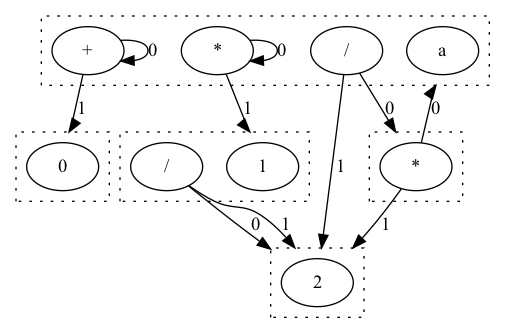
Above: egraph.png in alt-romes/hegg (Graphviz), before the change. Its source is kept beside it as egraph.gv. The source it was exported from:
```dot
digraph egraph {
    graph [compound=true
          ,clusterrank=local];
    subgraph cluster_0 {
        graph [style=dotted];
        0.0 [label=a];
        0.1 [label="+"];
        0.2 [label="*"];
        0.3 [label="/"];
    }
    subgraph cluster_1 {
        graph [style=dotted];
        1.0 [label=2];
    }
    subgraph cluster_2 {
        graph [style=dotted];
        2.0 [label="*"];
    }
    subgraph cluster_4 {
        graph [style=dotted];
        4.0 [label=0];
    }
    subgraph cluster_7 {
        graph [style=dotted];
        7.0 [label=1];
        7.1 [label="/"];
    }
    0.1 -> 0.1 [label=0];
    0.1 -> 4.0 [lhead=cluster_4
               ,label=1];
    0.2 -> 0.2 [label=0];
    0.2 -> 7.0 [lhead=cluster_7
               ,label=1];
    0.3 -> 2.0 [lhead=cluster_2
               ,label=0];
    0.3 -> 1.0 [lhead=cluster_1
               ,label=1];
    2.0 -> 0.0 [lhead=cluster_0
               ,label=0];
    2.0 -> 1.0 [lhead=cluster_1
               ,label=1];
    7.1 -> 1.0 [lhead=cluster_1
               ,label=0];
    7.1 -> 1.0 [lhead=cluster_1
               ,label=1];
}
```
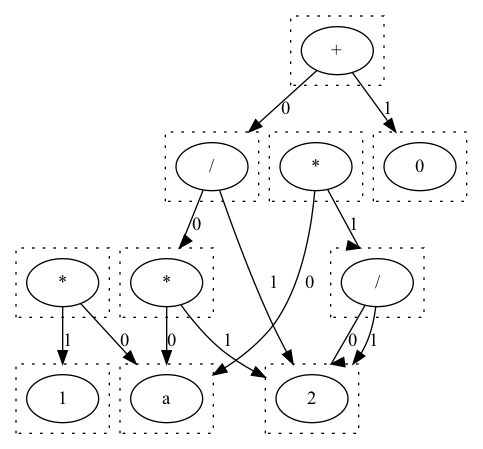
Above is the later version.

Diff of the diagram source:
```diff
@@ -4,9 +4,6 @@
     subgraph cluster_0 {
         graph [style=dotted];
         0.0 [label=a];
-        0.1 [label="+"];
-        0.2 [label="*"];
-        0.3 [label="/"];
     }
     subgraph cluster_1 {
         graph [style=dotted];
@@ -16,31 +13,56 @@
         graph [style=dotted];
         2.0 [label="*"];
     }
+    subgraph cluster_3 {
+        graph [style=dotted];
+        3.0 [label="/"];
+    }
     subgraph cluster_4 {
         graph [style=dotted];
         4.0 [label=0];
     }
+    subgraph cluster_5 {
+        graph [style=dotted];
+        5.0 [label="+"];
+    }
+    subgraph cluster_6 {
+        graph [style=dotted];
+        6.0 [label="/"];
+    }
     subgraph cluster_7 {
         graph [style=dotted];
         7.0 [label=1];
-        7.1 [label="/"];
     }
-    0.1 -> 0.1 [label=0];
-    0.1 -> 4.0 [lhead=cluster_4
-               ,label=1];
-    0.2 -> 0.2 [label=0];
-    0.2 -> 7.0 [lhead=cluster_7
-               ,label=1];
-    0.3 -> 2.0 [lhead=cluster_2
-               ,label=0];
-    0.3 -> 1.0 [lhead=cluster_1
-               ,label=1];
+    subgraph cluster_8 {
+        graph [style=dotted];
+        8.0 [label="*"];
+    }
+    subgraph cluster_9 {
+        graph [style=dotted];
+        9.0 [label="*"];
+    }
     2.0 -> 0.0 [lhead=cluster_0
                ,label=0];
     2.0 -> 1.0 [lhead=cluster_1
                ,label=1];
-    7.1 -> 1.0 [lhead=cluster_1
+    3.0 -> 2.0 [lhead=cluster_2
                ,label=0];
-    7.1 -> 1.0 [lhead=cluster_1
+    3.0 -> 1.0 [lhead=cluster_1
+               ,label=1];
+    5.0 -> 3.0 [lhead=cluster_3
+               ,label=0];
+    5.0 -> 4.0 [lhead=cluster_4
+               ,label=1];
+    6.0 -> 1.0 [lhead=cluster_1
+               ,label=0];
+    6.0 -> 1.0 [lhead=cluster_1
+               ,label=1];
+    8.0 -> 0.0 [lhead=cluster_0
+               ,label=0];
+    8.0 -> 7.0 [lhead=cluster_7
+               ,label=1];
+    9.0 -> 0.0 [lhead=cluster_0
+               ,label=0];
+    9.0 -> 6.0 [lhead=cluster_6
                ,label=1];
 }
```
